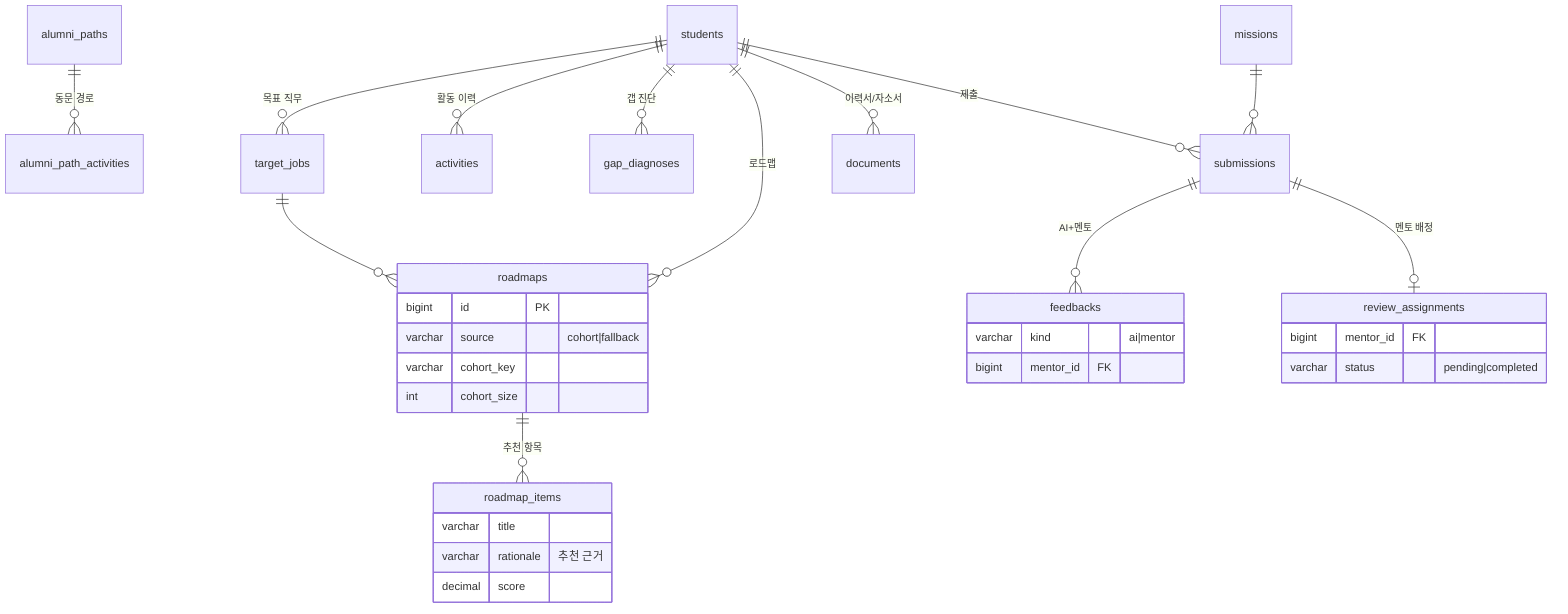
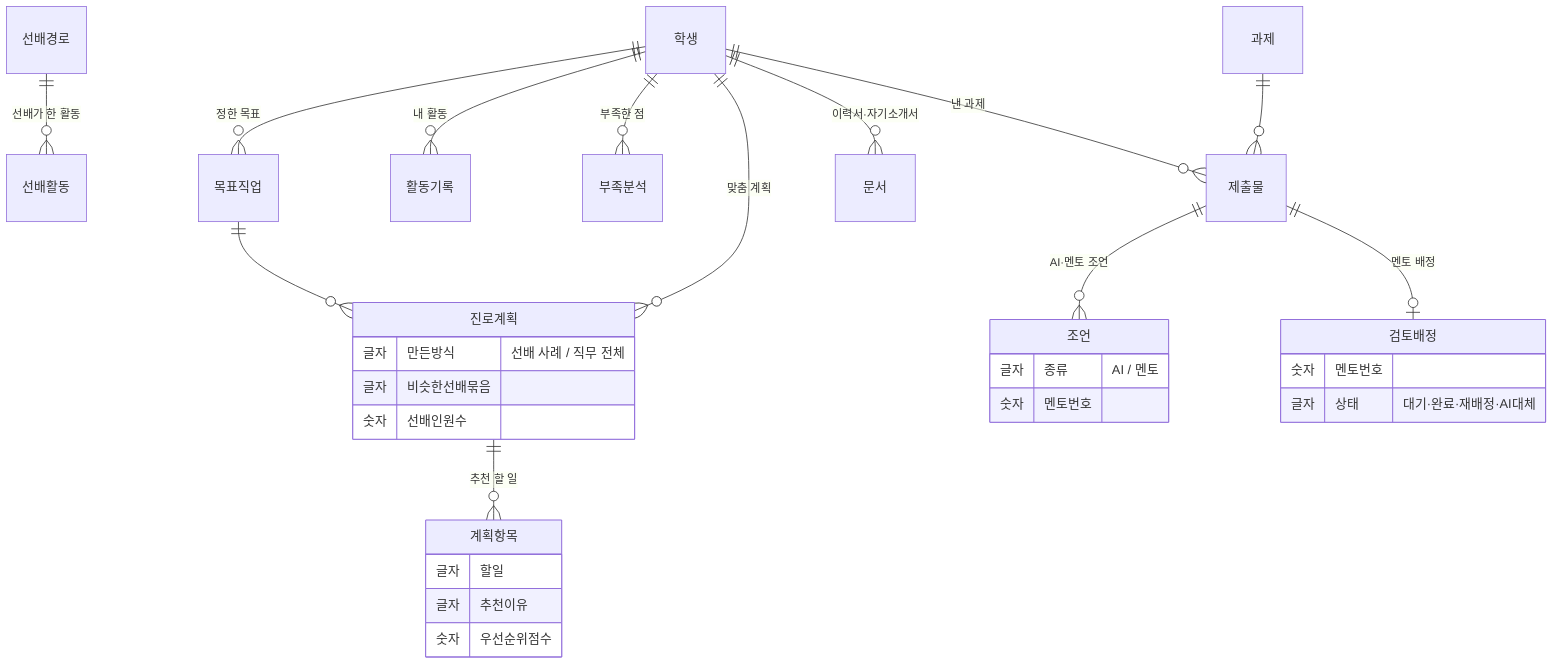
+ %% 어떤 정보들이 서로 연결되는지 — 진로 성장 편 (쉬운 말 버전)
erDiagram
-   students ||--o{ target_jobs : "목표 직무"
-   students ||--o{ activities : "활동 이력"
-   students ||--o{ gap_diagnoses : "갭 진단"
-   students ||--o{ roadmaps : "로드맵"
-   target_jobs ||--o{ roadmaps : ""
-   roadmaps ||--o{ roadmap_items : "추천 항목"
-   alumni_paths ||--o{ alumni_path_activities : "동문 경로"
-   students ||--o{ documents : "이력서/자소서"
-   missions ||--o{ submissions : ""
-   students ||--o{ submissions : "제출"
-   submissions ||--o{ feedbacks : "AI+멘토"
-   submissions ||--o| review_assignments : "멘토 배정"
+   학생 ||--o{ 목표직업 : "정한 목표"
+   학생 ||--o{ 활동기록 : "내 활동"
+   학생 ||--o{ 부족분석 : "부족한 점"
+   학생 ||--o{ 진로계획 : "맞춤 계획"
+   목표직업 ||--o{ 진로계획 : ""
+   진로계획 ||--o{ 계획항목 : "추천 할 일"
+   선배경로 ||--o{ 선배활동 : "선배가 한 활동"
+   학생 ||--o{ 문서 : "이력서·자기소개서"
+   과제 ||--o{ 제출물 : ""
+   학생 ||--o{ 제출물 : "낸 과제"
+   제출물 ||--o{ 조언 : "AI·멘토 조언"
+   제출물 ||--o| 검토배정 : "멘토 배정"

-   roadmaps {
-     bigint id PK
-     varchar source "cohort|fallback"
-     varchar cohort_key
-     int cohort_size
+   진로계획 {
+     글자 만든방식 "선배 사례 / 직무 전체"
+     글자 비슷한선배묶음
+     숫자 선배인원수
  }
-   roadmap_items {
-     varchar title
-     varchar rationale "추천 근거"
-     decimal score
+   계획항목 {
+     글자 할일
+     글자 추천이유
+     숫자 우선순위점수
  }
-   feedbacks {
-     varchar kind "ai|mentor"
-     bigint mentor_id FK
+   조언 {
+     글자 종류 "AI / 멘토"
+     숫자 멘토번호
  }
-   review_assignments {
-     bigint mentor_id FK
-     varchar status "pending|completed"
+   검토배정 {
+     숫자 멘토번호
+     글자 상태 "대기·완료·재배정·AI대체"
  }
